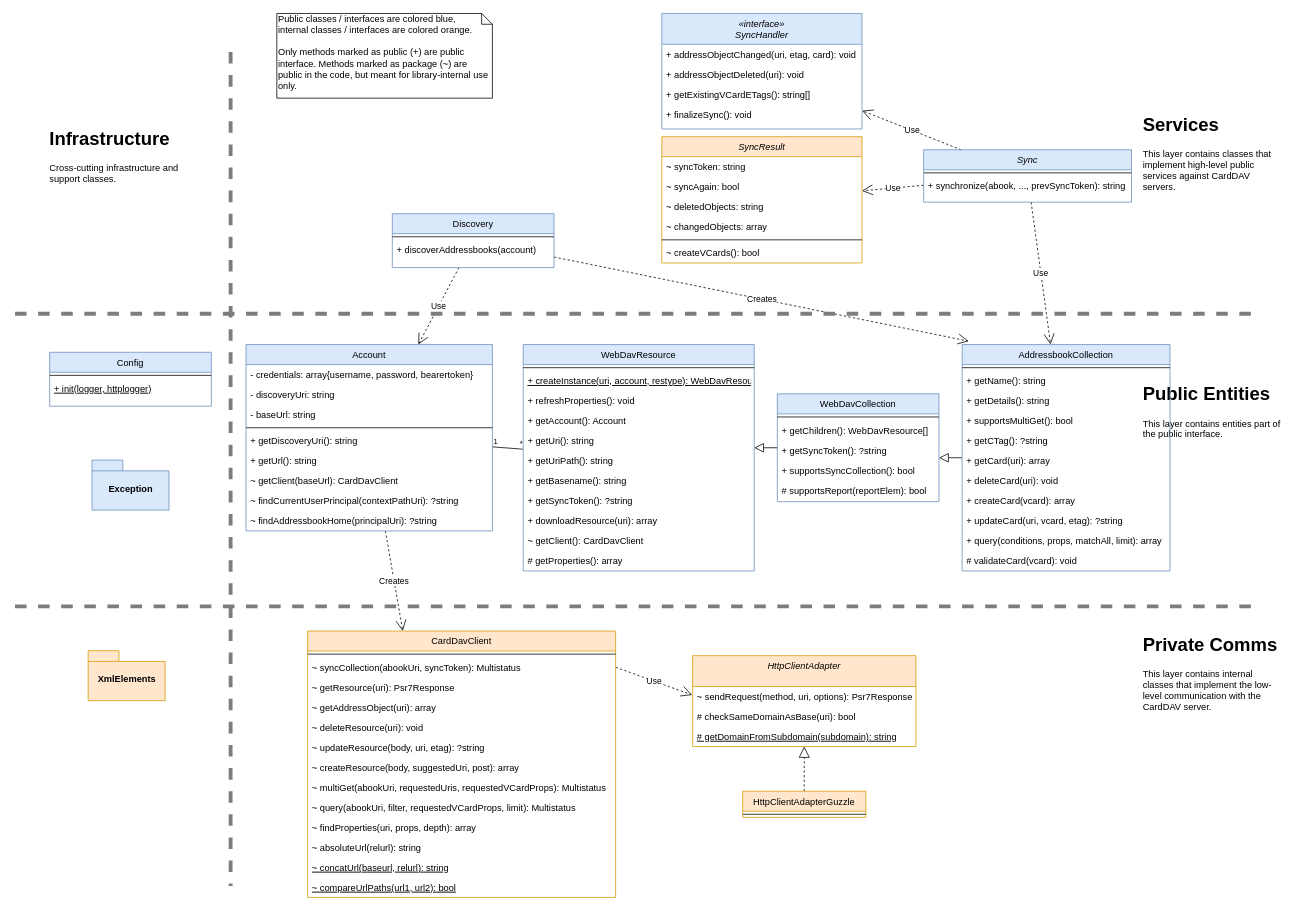
The draw.io diagram doc/Classes.drawio in mstilkerich/carddavclient, before the edit. Source tidied: cells renumbered, new cells numbered last; positions are measured from the earlier drawing's top-left corner, leaving out a move shared by most shapes. Both pictures are drawn from the tidied source at 77%, with x=0, y=0 at pixel (15, 13).
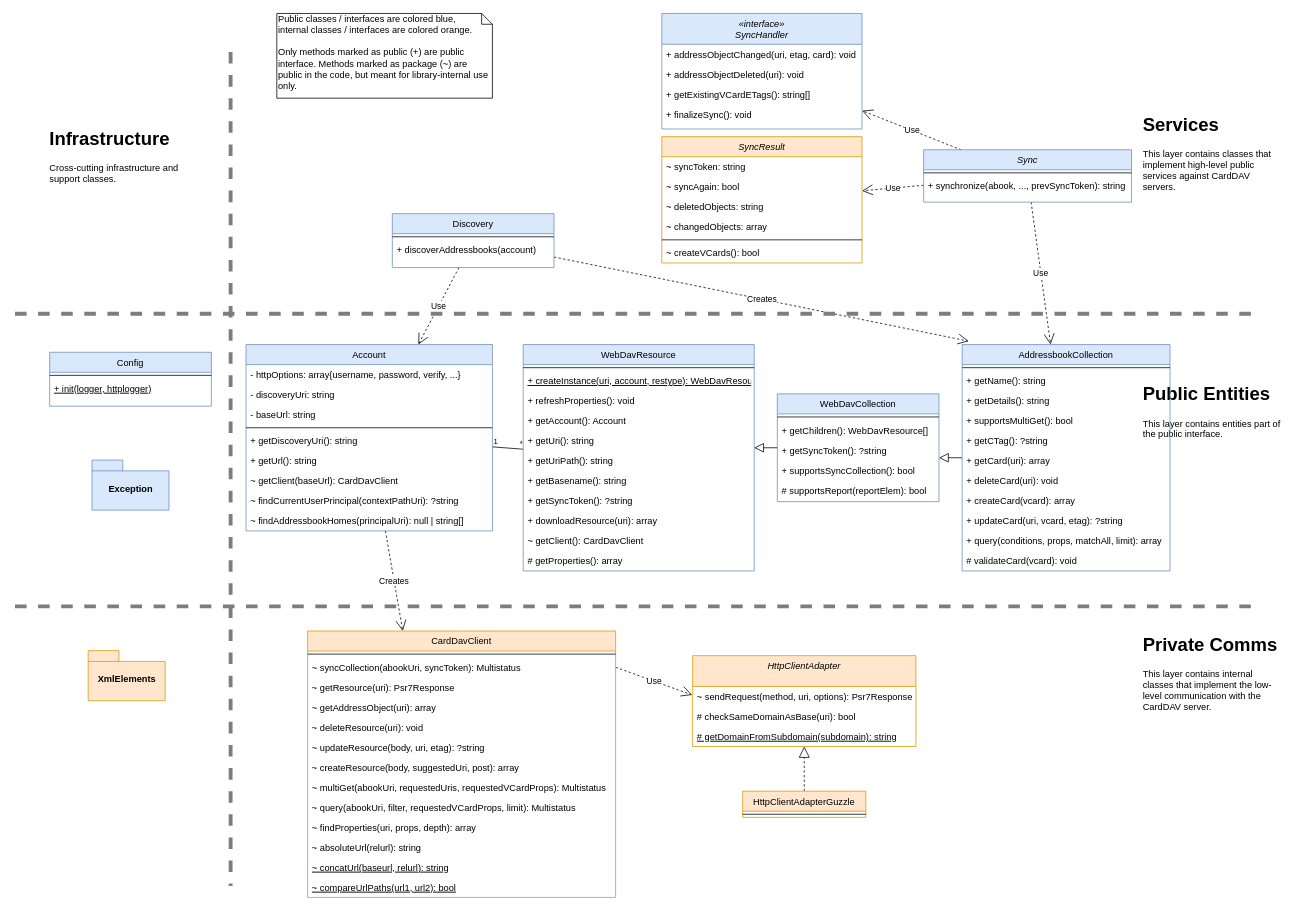
The same page after the edit.

The change refers to these unchanged cells:
```xml
<mxCell id="47" value="Account" style="swimlane;fontStyle=0;align=center;verticalAlign=top;horizontal=1;startSize=26;rounded=0;shadow=0;strokeWidth=1;fillColor=#dae8fc;strokeColor=#6c8ebf;" parent="1" vertex="1">
  <mxGeometry x="300" y="430" width="320" height="242" as="geometry" />
</mxCell>
```

The edit, as a diff of the source:
```diff
@@
-    <mxCell id="48" value="- credentials: array{username, password, bearertoken}" style="text;align=left;verticalAlign=top;spacingLeft=4;spacingRight=4;overflow=hidden;" parent="47" vertex="1">
+    <mxCell id="48" value="- httpOptions: array{username, password, verify, ...}" style="text;align=left;verticalAlign=top;spacingLeft=4;spacingRight=4;overflow=hidden;" parent="47" vertex="1">
       <mxGeometry y="26" width="320" height="26" as="geometry" />
     </mxCell>
@@
-    <mxCell id="56" value="~ findAddressbookHome(principalUri): ?string" style="text;align=left;verticalAlign=top;spacingLeft=4;spacingRight=4;overflow=hidden;" parent="47" vertex="1">
+    <mxCell id="56" value="~ findAddressbookHomes(principalUri): null | string[]" style="text;align=left;verticalAlign=top;spacingLeft=4;spacingRight=4;overflow=hidden;" parent="47" vertex="1">
       <mxGeometry y="216" width="320" height="26" as="geometry" />
     </mxCell>
```
